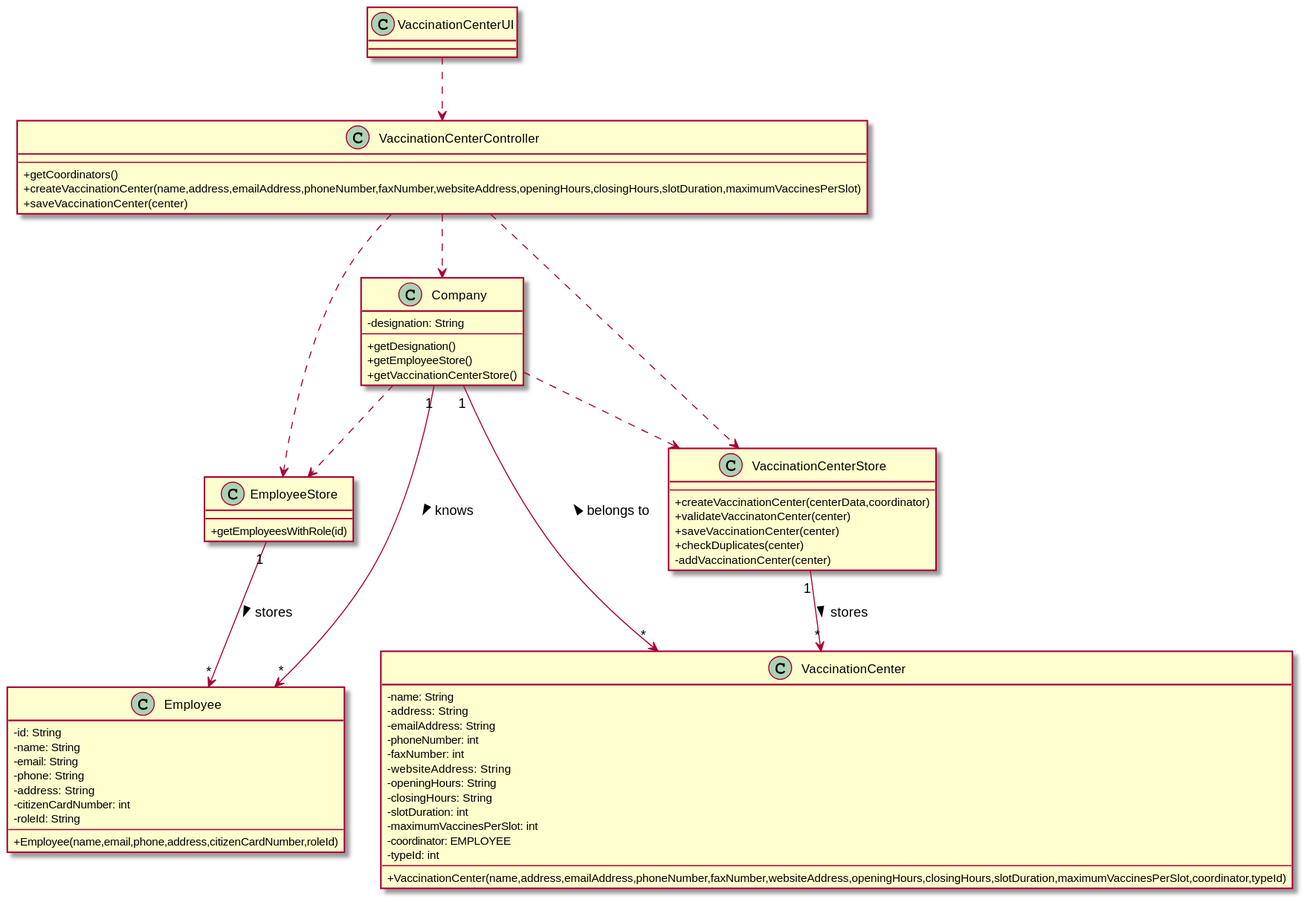
Above: docs/SprintB/US09/CD/US09_CD.svg in miseEnPlace-i/lapr2 (PlantUML), before the change.
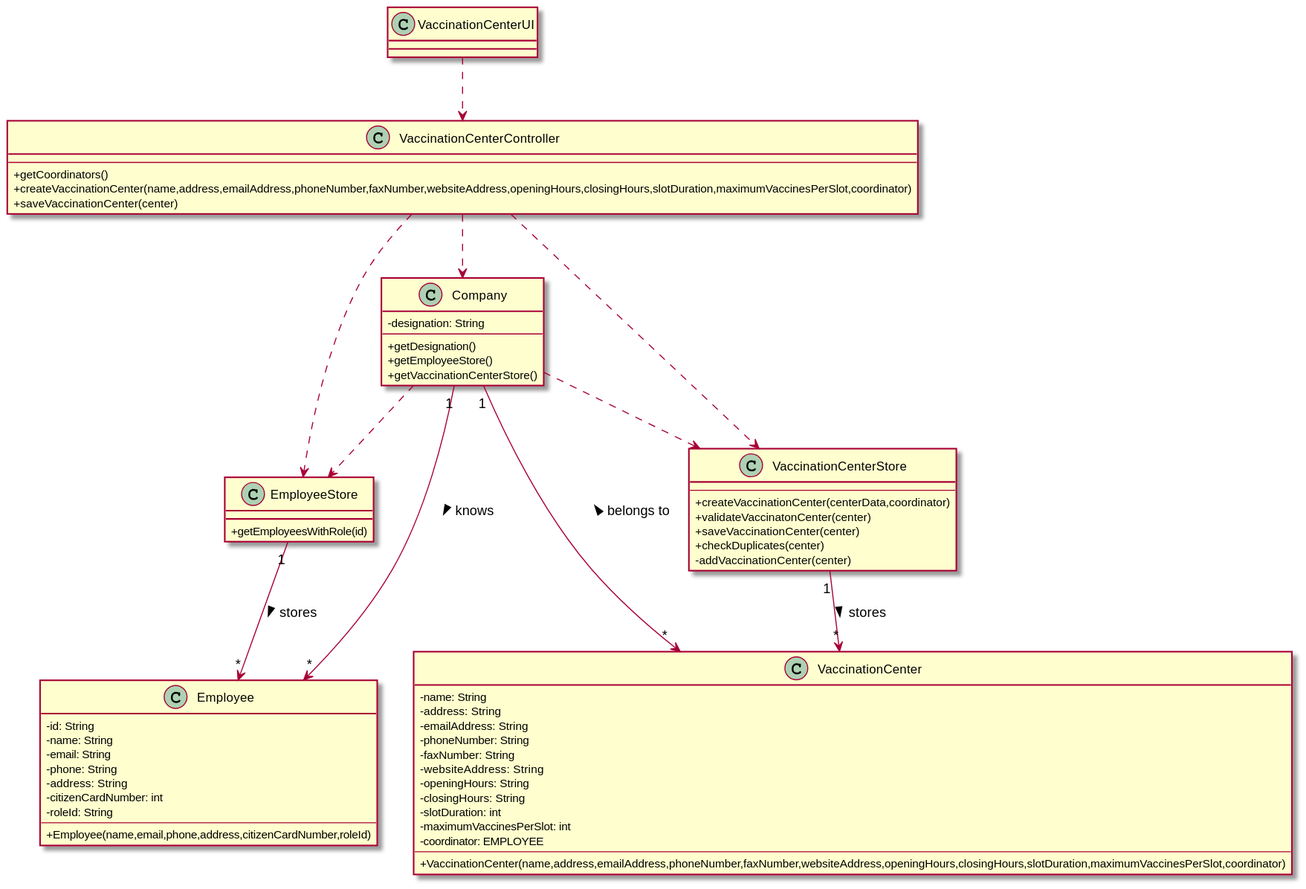
Later version of the same file.

Diff of the diagram source:
```diff
@@ -5,17 +5,16 @@
   - name: String
   - address: String
   - emailAddress: String
-  - phoneNumber: int
-  - faxNumber: int
+  - phoneNumber: String
+  - faxNumber: String
   - websiteAddress: String
   - openingHours: String
   - closingHours: String
   - slotDuration: int
   - maximumVaccinesPerSlot: int
   - coordinator: EMPLOYEE
-  - typeId: int
   ---
- +VaccinationCenter(name,address,emailAddress,phoneNumber,faxNumber,websiteAddress,openingHours,closingHours,slotDuration,maximumVaccinesPerSlot,coordinator,typeId)
+ +VaccinationCenter(name,address,emailAddress,phoneNumber,faxNumber,websiteAddress,openingHours,closingHours,slotDuration,maximumVaccinesPerSlot,coordinator)
 }
 
 
@@ -55,7 +54,7 @@
 class VaccinationCenterController {
   ---
   +getCoordinators()
-  +createVaccinationCenter(name,address,emailAddress,phoneNumber,faxNumber,websiteAddress,openingHours,closingHours,slotDuration,maximumVaccinesPerSlot)
+  +createVaccinationCenter(name,address,emailAddress,phoneNumber,faxNumber,websiteAddress,openingHours,closingHours,slotDuration,maximumVaccinesPerSlot,coordinator)
   +saveVaccinationCenter(center)
 }
 
```
